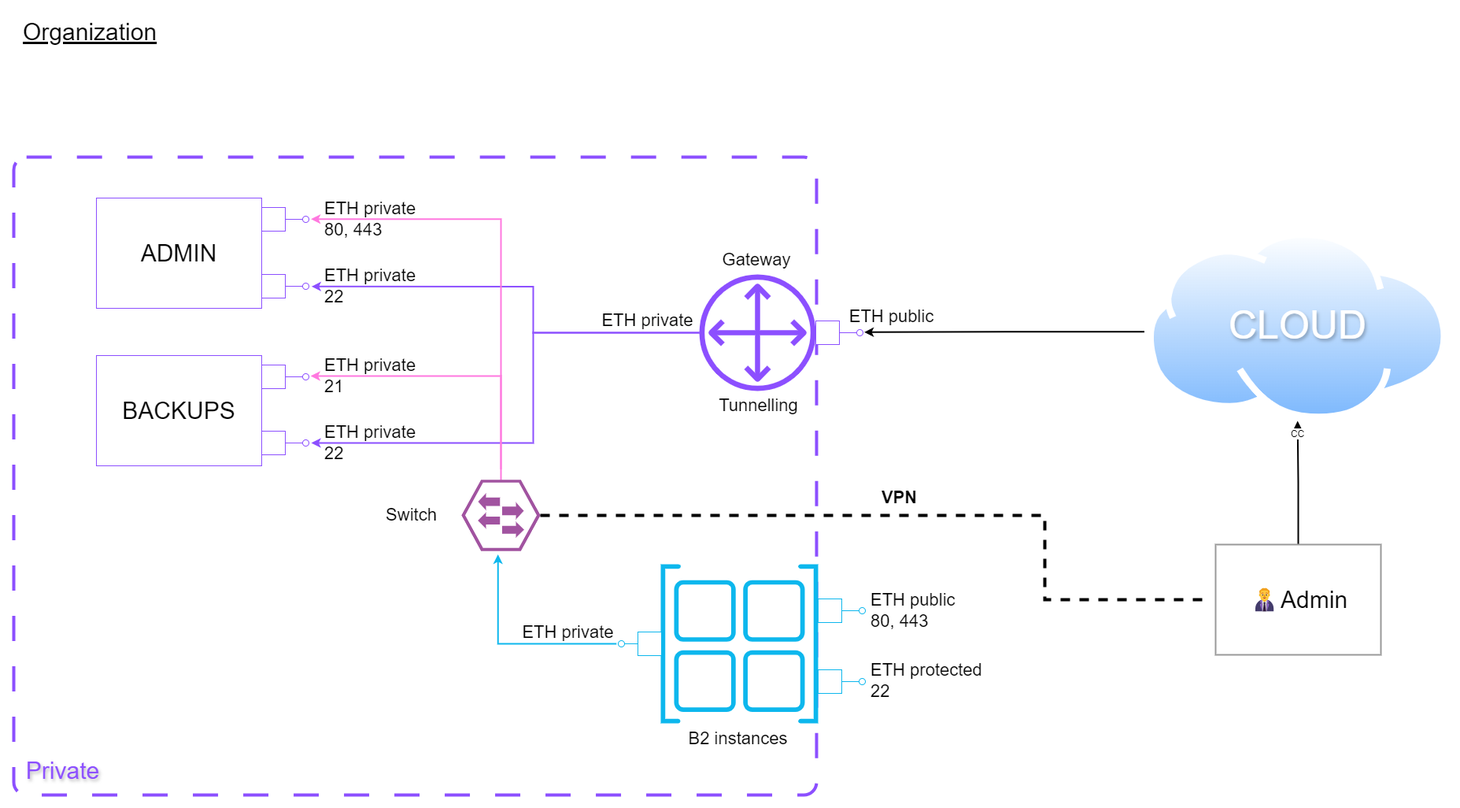
The draw.io diagram doc/Organization.png in yesbabylon/b2, before a commit. Source tidied: cells renumbered, new cells last; positions are measured from the earlier drawing's top-left corner, leaving out a move shared by most shapes.
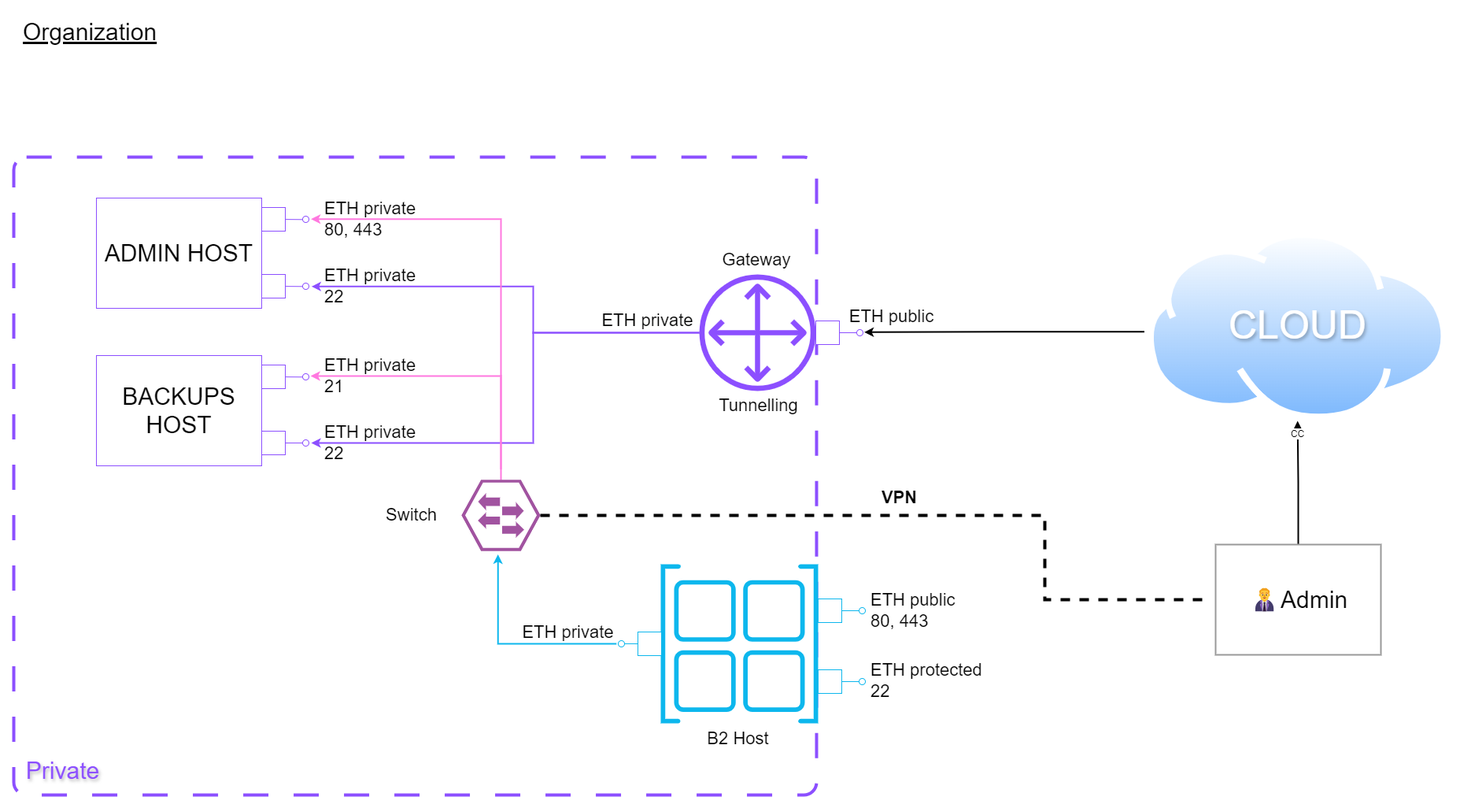
Later version of the same file.

What changed in the source:
```diff
@@ -8,10 +8,10 @@
     <mxCell id="3" value="ETH private" style="text;strokeColor=none;align=center;fillColor=none;html=1;verticalAlign=middle;whiteSpace=wrap;rounded=0;fontSize=22;" parent="1" vertex="1">
       <mxGeometry x="636" y="774" width="137" height="28" as="geometry" />
     </mxCell>
-    <mxCell id="4" value="ADMIN" style="html=1;whiteSpace=wrap;strokeColor=#8C4FFF;fontSize=30;" parent="1" vertex="1">
+    <mxCell id="4" value="ADMIN HOST" style="html=1;whiteSpace=wrap;strokeColor=#8C4FFF;fontSize=30;" parent="1" vertex="1">
       <mxGeometry x="105" y="236" width="210" height="140" as="geometry" />
     </mxCell>
-    <mxCell id="5" value="BACKUPS" style="html=1;whiteSpace=wrap;strokeColor=#8C4FFF;fontSize=30;" parent="1" vertex="1">
+    <mxCell id="5" value="BACKUPS HOST" style="html=1;whiteSpace=wrap;strokeColor=#8C4FFF;fontSize=30;" parent="1" vertex="1">
       <mxGeometry x="105" y="436" width="210" height="140" as="geometry" />
     </mxCell>
     <mxCell id="6" style="edgeStyle=orthogonalEdgeStyle;rounded=0;jettySize=auto;html=1;entryX=-0.417;entryY=0.542;entryDx=0;entryDy=0;strokeColor=#8C4FFF;strokeWidth=2;entryPerimeter=0;" parent="1" edge="1" source="8" target="26">
@@ -70,7 +70,7 @@
     <mxCell id="17" value="ETH public&lt;br&gt;80, 443" style="text;strokeColor=none;align=left;fillColor=none;html=1;verticalAlign=middle;whiteSpace=wrap;rounded=0;fontSize=22;spacingLeft=5;" parent="1" vertex="1">
       <mxGeometry x="1082" y="732" width="118" height="56" as="geometry" />
     </mxCell>
-    <mxCell id="18" value="B2 instances" style="text;strokeColor=none;align=center;fillColor=none;html=1;verticalAlign=middle;whiteSpace=wrap;rounded=0;fontSize=22;" parent="1" vertex="1">
+    <mxCell id="18" value="B2 Host" style="text;strokeColor=none;align=center;fillColor=none;html=1;verticalAlign=middle;whiteSpace=wrap;rounded=0;fontSize=22;" parent="1" vertex="1">
       <mxGeometry x="854" y="895" width="133" height="56" as="geometry" />
     </mxCell>
     <mxCell id="19" style="edgeStyle=orthogonalEdgeStyle;rounded=0;jettySize=auto;html=1;strokeWidth=2;strokeColor=#0DB7ED;exitX=1.294;exitY=0.502;exitDx=0;exitDy=0;exitPerimeter=0;entryX=0.462;entryY=1.049;entryDx=0;entryDy=0;entryPerimeter=0;" parent="1" edge="1" source="44" target="11">
```
